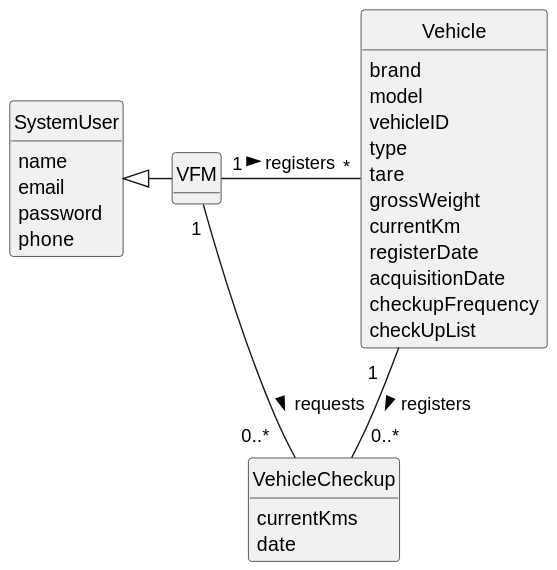
Above: docs/sprintC/us025/02.analysis/svg/us025-domain-model.svg in Departamento-de-Engenharia-Informatica/lei-24-s2-1do-g164 (PlantUML), before the change.
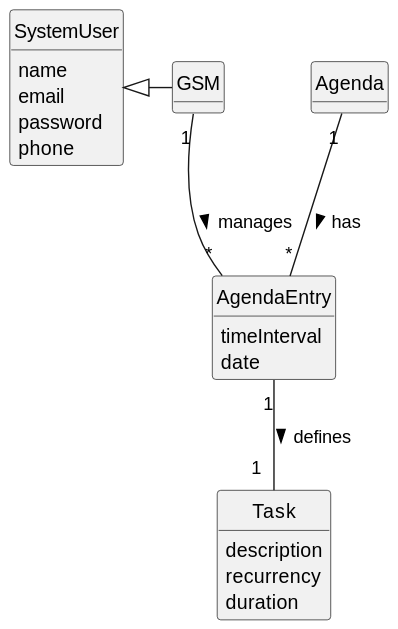
The same diagram one commit later.

Commit message:
us025(docs):domain model

Change to the diagram source:
```diff
@@ -18,35 +18,29 @@
     phone
 
 }
-class VFM {
+class GSM {
 
 }
 
-class VehicleCheckup {
-    currentKms
-    date
 
+class Agenda {
 }
 
-class Vehicle {
+class AgendaEntry {
 
-
-        brand
-        model
-        vehicleID
-        type
-        tare
-        grossWeight
-        currentKm
-        registerDate
-        acquisitionDate
-        checkupFrequency
-        checkUpList
+    timeInterval
+    date
 }
 
 
-VFM "1" - "*" Vehicle : registers >
-Vehicle "1   " -- "0..*                        " VehicleCheckup : registers >
-VFM "           1 " - "0..*   " VehicleCheckup : requests >
-SystemUser <|- VFM
+class Task {
+    description
+    recurrency
+    duration
+}
+
+Agenda "1" -- "*" AgendaEntry : has >
+AgendaEntry "1" -- "1  " Task : defines >
+SystemUser <|- GSM
+GSM "1" -- "*" AgendaEntry: manages >
 @enduml
```
